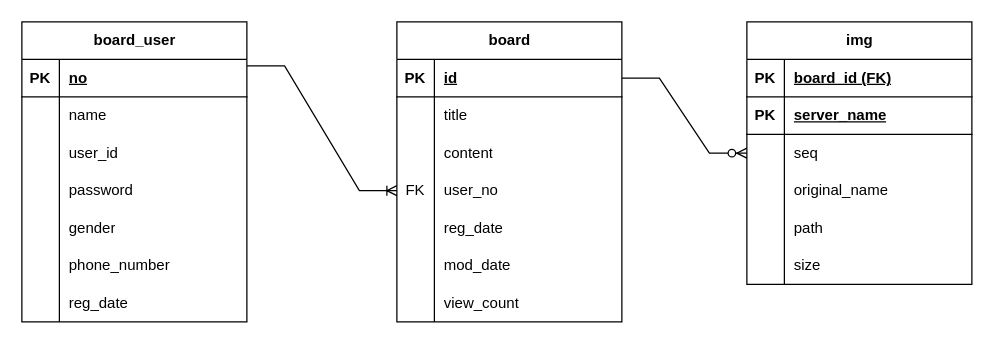
Before: board.drawio in currychoco/loginboard2, a draw.io diagram. Source tidied: cells renumbered, new cells numbered last; positions are measured from the earlier drawing's top-left corner, leaving out a move shared by most shapes. Both pictures are drawn from the tidied source at 125%, with x=0, y=0 at pixel (21, 21).
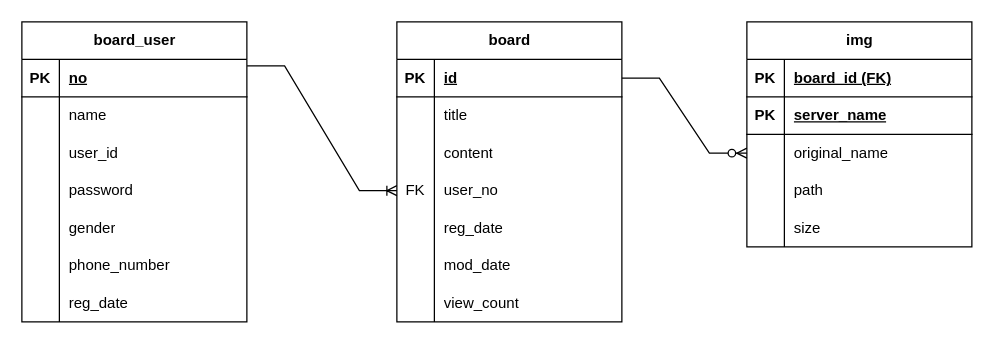
The same page after the edit.

Diff of the diagram source:
```diff
@@
     <mxCell id="47" value="img" style="shape=table;startSize=30;childLayout=tableLayout;rowLines=0;fontStyle=1;align=center;html=1;" parent="1" vertex="1">
-      <mxGeometry x="580" width="180" height="210" as="geometry" />
+      <mxGeometry x="580" width="180" height="180" as="geometry" />
     </mxCell>
@@
-    <mxCell id="54" style="shape=tableRow;horizontal=0;startSize=0;swimlaneHead=0;swimlaneBody=0;fillColor=none;top=0;left=0;right=0;bottom=0;" parent="47" vertex="1">
-      <mxGeometry y="90" width="180" height="30" as="geometry" />
-    </mxCell>
-    <mxCell id="55" style="shape=partialRectangle;fillColor=none;top=0;left=0;bottom=0;right=0;overflow=hidden;whiteSpace=wrap;html=1;" parent="54" vertex="1">
-      <mxGeometry width="30" height="30" as="geometry" />
-    </mxCell>
-    <mxCell id="56" value="seq" style="shape=partialRectangle;fillColor=none;top=0;left=0;bottom=0;right=0;align=left;spacingLeft=6;overflow=hidden;whiteSpace=wrap;html=1;" parent="54" vertex="1">
-      <mxGeometry x="30" width="150" height="30" as="geometry" />
-    </mxCell>
     <mxCell id="57" style="shape=tableRow;horizontal=0;startSize=0;swimlaneHead=0;swimlaneBody=0;fillColor=none;top=0;left=0;right=0;bottom=0;" parent="47" vertex="1">
-      <mxGeometry y="120" width="180" height="30" as="geometry" />
+      <mxGeometry y="90" width="180" height="30" as="geometry" />
     </mxCell>
@@
     <mxCell id="60" style="shape=tableRow;horizontal=0;startSize=0;swimlaneHead=0;swimlaneBody=0;fillColor=none;top=0;left=0;right=0;bottom=0;" parent="47" vertex="1">
-      <mxGeometry y="150" width="180" height="30" as="geometry" />
+      <mxGeometry y="120" width="180" height="30" as="geometry" />
     </mxCell>
@@
     <mxCell id="63" style="shape=tableRow;horizontal=0;startSize=0;swimlaneHead=0;swimlaneBody=0;fillColor=none;top=0;left=0;right=0;bottom=0;" parent="47" vertex="1">
-      <mxGeometry y="180" width="180" height="30" as="geometry" />
+      <mxGeometry y="150" width="180" height="30" as="geometry" />
     </mxCell>
```
